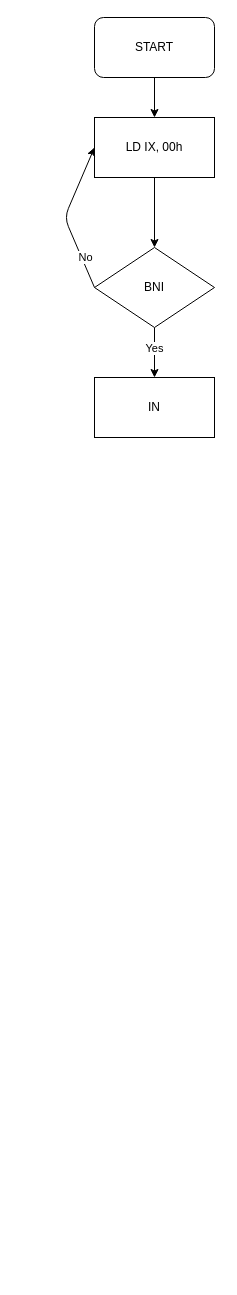
iammytoo/maikon-jikken keeps this draw.io diagram as chip-a.dio. Above is the earlier version. Source tidied: cells renumbered, new cells numbered last; positions are measured from the earlier drawing's top-left corner, leaving out a move shared by most shapes. Both pictures are drawn from the tidied source at 100%, with x=0, y=0 at pixel (64, 17).
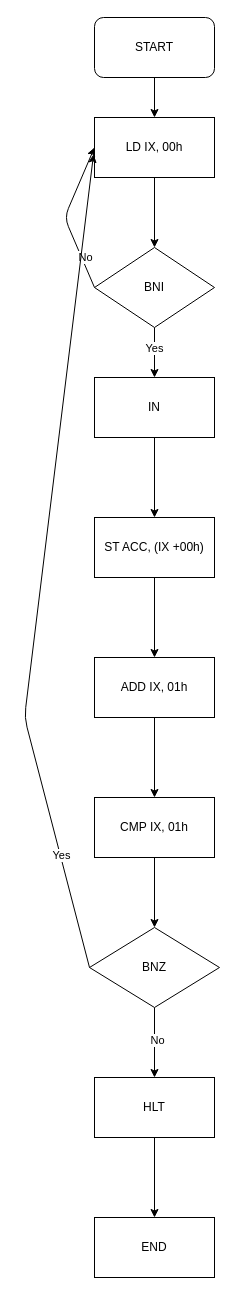
After the change.

The change refers to these unchanged cells:
```xml
<mxCell id="3" value="LD IX, 00h" style="rounded=0;whiteSpace=wrap;html=1;" parent="1" vertex="1">
  <mxGeometry x="30" y="100" width="120" height="60" as="geometry" />
</mxCell>
<mxCell id="11" value="IN" style="whiteSpace=wrap;html=1;rounded=0;" parent="1" vertex="1">
  <mxGeometry x="30" y="360" width="120" height="60" as="geometry" />
</mxCell>
```

What changed in the source:
```diff
@@
+    <mxCell id="12" style="edgeStyle=none;html=1;" parent="1" edge="1" source="11" target="14">
+      <mxGeometry relative="1" as="geometry" />
+    </mxCell>
@@
+    <mxCell id="13" style="edgeStyle=none;html=1;" parent="1" edge="1" source="14" target="16">
+      <mxGeometry relative="1" as="geometry" />
+    </mxCell>
+    <mxCell id="14" value="ST ACC, (IX +00h)" style="whiteSpace=wrap;html=1;rounded=0;" parent="1" vertex="1">
+      <mxGeometry x="30" y="500" width="120" height="60" as="geometry" />
+    </mxCell>
+    <mxCell id="15" style="edgeStyle=none;html=1;" parent="1" edge="1" source="16" target="18">
+      <mxGeometry relative="1" as="geometry" />
+    </mxCell>
+    <mxCell id="16" value="ADD IX, 01h" style="whiteSpace=wrap;html=1;rounded=0;" parent="1" vertex="1">
+      <mxGeometry x="30" y="640" width="120" height="60" as="geometry" />
+    </mxCell>
+    <mxCell id="17" style="edgeStyle=none;html=1;" parent="1" edge="1" source="18" target="23">
+      <mxGeometry relative="1" as="geometry" />
+    </mxCell>
+    <mxCell id="18" value="CMP IX, 01h" style="whiteSpace=wrap;html=1;rounded=0;" parent="1" vertex="1">
+      <mxGeometry x="30" y="780" width="120" height="60" as="geometry" />
+    </mxCell>
+    <mxCell id="19" style="edgeStyle=none;html=1;entryX=-0.008;entryY=0.613;entryDx=0;entryDy=0;entryPerimeter=0;exitX=0;exitY=0.5;exitDx=0;exitDy=0;" parent="1" edge="1" source="23" target="3">
+      <mxGeometry relative="1" as="geometry">
+        <Array as="points">
+          <mxPoint x="-40" y="700" />
+        </Array>
+      </mxGeometry>
+    </mxCell>
+    <mxCell id="20" value="Yes" style="edgeLabel;html=1;align=center;verticalAlign=middle;" parent="19" vertex="1">
+      <mxGeometry x="-0.72" y="-1" relative="1" as="geometry" />
+    </mxCell>
+    <mxCell id="21" style="edgeStyle=none;html=1;" parent="1" edge="1" source="23" target="25">
+      <mxGeometry relative="1" as="geometry" />
+    </mxCell>
+    <mxCell id="22" value="No" style="edgeLabel;html=1;align=center;verticalAlign=middle;" parent="21" vertex="1">
+      <mxGeometry x="-0.1" y="2" relative="1" as="geometry" />
+    </mxCell>
+    <mxCell id="23" value="BNZ" style="rhombus;whiteSpace=wrap;html=1;rounded=0;" parent="1" vertex="1">
+      <mxGeometry x="25" y="910" width="130" height="80" as="geometry" />
+    </mxCell>
+    <mxCell id="24" style="edgeStyle=none;html=1;" parent="1" edge="1" source="25" target="26">
+      <mxGeometry relative="1" as="geometry" />
+    </mxCell>
+    <mxCell id="25" value="HLT" style="whiteSpace=wrap;html=1;rounded=0;" parent="1" vertex="1">
+      <mxGeometry x="30" y="1060" width="120" height="60" as="geometry" />
+    </mxCell>
+    <mxCell id="26" value="END" style="whiteSpace=wrap;html=1;rounded=0;" parent="1" vertex="1">
+      <mxGeometry x="30" y="1200" width="120" height="60" as="geometry" />
+    </mxCell>
```
